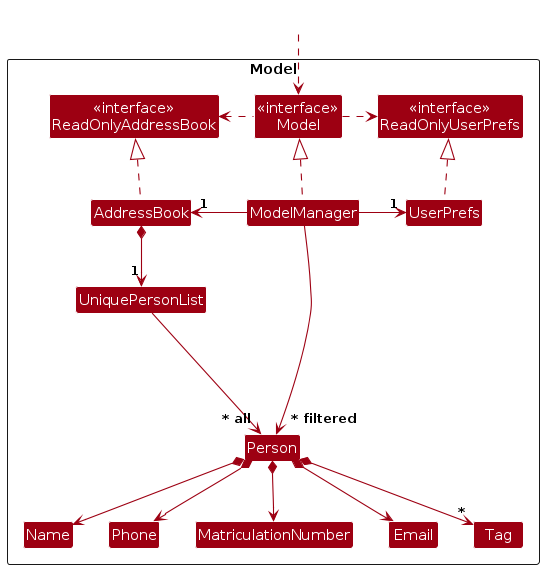
Above: diagrams/ModelClassDiagram.png in jianronggu/tp (PlantUML), before the change. Its source is kept beside it as diagrams/ModelClassDiagram.puml. Source of this version:
```plantuml
@startuml
!include style.puml
skinparam arrowThickness 1.1
skinparam arrowColor MODEL_COLOR
skinparam classBackgroundColor MODEL_COLOR

Package Model as ModelPackage <<Rectangle>>{
Class "<<interface>>\nReadOnlyAddressBook" as ReadOnlyAddressBook
Class "<<interface>>\nReadOnlyUserPrefs" as ReadOnlyUserPrefs
Class "<<interface>>\nModel" as Model
Class AddressBook
Class ModelManager
Class UserPrefs

Class UniquePersonList
Class Person
Class MatriculationNumber
Class Email
Class Name
Class Phone
Class Tag

Class I #FFFFFF
}

Class HiddenOutside #FFFFFF
HiddenOutside ..> Model

AddressBook .up.|> ReadOnlyAddressBook

ModelManager .up.|> Model
Model .right.> ReadOnlyUserPrefs
Model .left.> ReadOnlyAddressBook
ModelManager -left-> "1" AddressBook
ModelManager -right-> "1" UserPrefs
UserPrefs .up.|> ReadOnlyUserPrefs

AddressBook *--> "1" UniquePersonList
UniquePersonList --> "~* all" Person
Person *--> Name
Person *--> Phone
Person *--> Email
Person *--> MatriculationNumber
Person *--> "*" Tag

Person -[hidden]up--> I
UniquePersonList -[hidden]right-> I

Name -[hidden]right-> Phone
Phone -[hidden]right-> MatriculationNumber
MatriculationNumber -[hidden]right-> Email

ModelManager --> "~* filtered" Person
@enduml
```
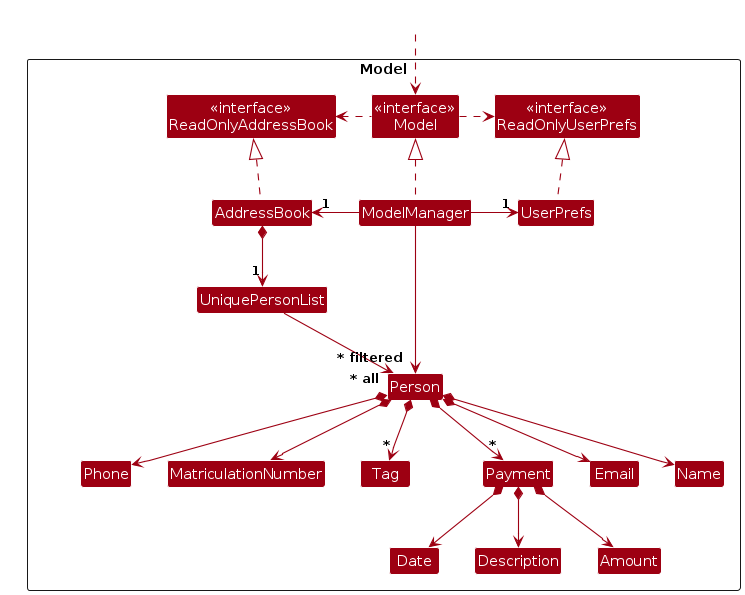
Later version of the same file.

Change to the diagram source:
```diff
@@ -4,30 +4,47 @@
 skinparam arrowColor MODEL_COLOR
 skinparam classBackgroundColor MODEL_COLOR
 
-Package Model as ModelPackage <<Rectangle>>{
-Class "<<interface>>\nReadOnlyAddressBook" as ReadOnlyAddressBook
-Class "<<interface>>\nReadOnlyUserPrefs" as ReadOnlyUserPrefs
-Class "<<interface>>\nModel" as Model
-Class AddressBook
-Class ModelManager
-Class UserPrefs
+package Model as ModelPackage <<Rectangle>> {
+  class "<<interface>>\nReadOnlyAddressBook" as ReadOnlyAddressBook
+  class "<<interface>>\nReadOnlyUserPrefs" as ReadOnlyUserPrefs
+  class "<<interface>>\nModel" as Model
+  class AddressBook
+  class ModelManager
+  class UserPrefs
 
-Class UniquePersonList
-Class Person
-Class MatriculationNumber
-Class Email
-Class Name
-Class Phone
-Class Tag
+  class UniquePersonList
+  class Person {
+    - name: Name
+    - phone: Phone
+    - email: Email
+    - matriculationNumber: MatriculationNumber
+    - tags: Set<Tag>
+    - payments: List<Payment>
+    - archived: boolean
+  }
+  class MatriculationNumber
+  class Email
+  class Name
+  class Phone
+  class Tag
 
-Class I #FFFFFF
+  class Payment {
+    - amount: Amount
+    - date: Date
+    - remarks: String
+    - recordedAt: LocalDateTime
+  }
+  class Amount
+  class Date
+  class Description
+
+  class I #FFFFFF
 }
 
-Class HiddenOutside #FFFFFF
+class HiddenOutside #FFFFFF
 HiddenOutside ..> Model
 
 AddressBook .up.|> ReadOnlyAddressBook
-
 ModelManager .up.|> Model
 Model .right.> ReadOnlyUserPrefs
 Model .left.> ReadOnlyAddressBook
@@ -43,12 +60,21 @@
 Person *--> MatriculationNumber
 Person *--> "*" Tag
 
+Person *--> "*" Payment
+Payment *--> Amount
+Payment *--> Date
+Payment *--> Description
+
 Person -[hidden]up--> I
 UniquePersonList -[hidden]right-> I
+Payment -[hidden]right-> I
 
 Name -[hidden]right-> Phone
 Phone -[hidden]right-> MatriculationNumber
 MatriculationNumber -[hidden]right-> Email
+Email -[hidden]right-> Amount
+Amount -[hidden]right-> Date
 
 ModelManager --> "~* filtered" Person
+
 @enduml
```
